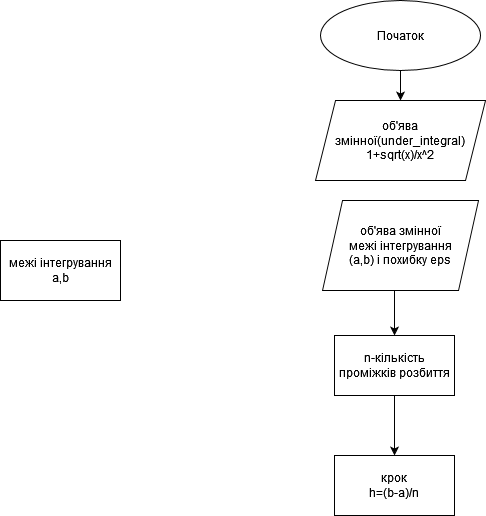
Above: Луцкевич_Володимир_РЕ-12_Схема_.drawio.png in VolodymyrLutskevych-PE-12/Lab_2_Volodymyr-Lutskevych_PE-12_-1- (draw.io), before the change. Source tidied: cells renumbered, new cells last; positions are measured from the earlier drawing's top-left corner, leaving out a move shared by most shapes.
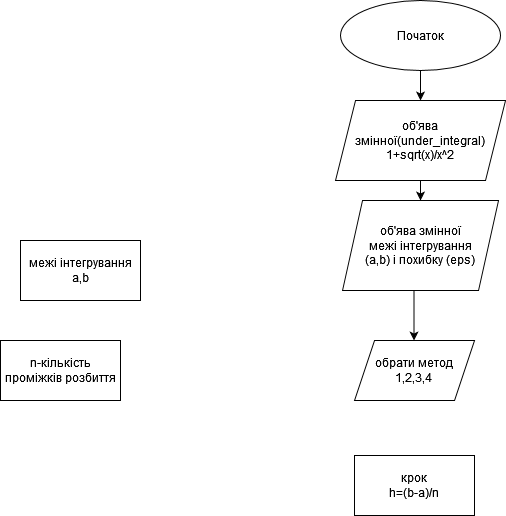
After the commit.

What changed in the source:
```diff
@@ -10,15 +10,12 @@
     </mxCell>
     <mxCell id="4" style="edgeStyle=orthogonalEdgeStyle;rounded=0;orthogonalLoop=1;jettySize=auto;html=1;exitX=0.5;exitY=1;exitDx=0;exitDy=0;" parent="1" edge="1">
       <mxGeometry relative="1" as="geometry">
-        <mxPoint x="394" y="285" as="sourcePoint" />
-        <mxPoint x="394" y="335" as="targetPoint" />
+        <mxPoint x="393.5" y="290" as="sourcePoint" />
+        <mxPoint x="393.5" y="340" as="targetPoint" />
       </mxGeometry>
     </mxCell>
-    <mxCell id="5" style="edgeStyle=orthogonalEdgeStyle;rounded=0;jettySize=auto;html=1;exitX=0.5;exitY=1;exitDx=0;exitDy=0;" parent="1" edge="1" source="6" target="8">
-      <mxGeometry relative="1" as="geometry" />
-    </mxCell>
     <mxCell id="6" value="n-кількість проміжків розбиття" style="rounded=0;whiteSpace=wrap;html=1;" parent="1" vertex="1">
-      <mxGeometry x="334" y="335" width="120" height="60" as="geometry" />
+      <mxGeometry x="-20" y="340" width="120" height="60" as="geometry" />
     </mxCell>
     <mxCell id="7" value="&lt;div&gt;межі інтегрування &lt;/div&gt;a,b" style="rounded=0;whiteSpace=wrap;html=1;" parent="1" vertex="1">
       <mxGeometry y="240" width="120" height="60" as="geometry" />
@@ -26,11 +23,17 @@
     <mxCell id="8" value="&lt;div&gt;крок&lt;/div&gt;&lt;div&gt;h=(b-a)/n&lt;br&gt;&lt;/div&gt;" style="rounded=0;whiteSpace=wrap;html=1;" parent="1" vertex="1">
       <mxGeometry x="334" y="455" width="120" height="60" as="geometry" />
     </mxCell>
+    <mxCell id="11" style="edgeStyle=orthogonalEdgeStyle;rounded=0;jettySize=auto;html=1;exitX=0.5;exitY=1;exitDx=0;exitDy=0;" parent="1" edge="1" source="9" target="10">
+      <mxGeometry relative="1" as="geometry" />
+    </mxCell>
     <mxCell id="9" value="&lt;div&gt;об'ява змінної(under_integral)&lt;/div&gt;&lt;div&gt;1+sqrt(x)/x^2&lt;br&gt;&lt;/div&gt;" style="shape=parallelogram;perimeter=parallelogramPerimeter;whiteSpace=wrap;html=1;fixedSize=1;" parent="1" vertex="1">
       <mxGeometry x="315" y="100" width="170" height="80" as="geometry" />
     </mxCell>
-    <mxCell id="10" value="об'ява змінної &lt;div&gt;межі інтегрування &lt;/div&gt;(a,b) і похибку eps " style="shape=parallelogram;perimeter=parallelogramPerimeter;whiteSpace=wrap;html=1;fixedSize=1;" parent="1" vertex="1">
+    <mxCell id="10" value="об'ява змінної &lt;div&gt;межі інтегрування &lt;/div&gt;(a,b) і похибку (eps) " style="shape=parallelogram;perimeter=parallelogramPerimeter;whiteSpace=wrap;html=1;fixedSize=1;" parent="1" vertex="1">
       <mxGeometry x="322" y="200" width="156" height="90" as="geometry" />
     </mxCell>
+    <mxCell id="12" value="&lt;br&gt;&lt;div&gt;обрати метод&lt;/div&gt;1,2,3,4&lt;br&gt;&lt;br&gt;" style="shape=parallelogram;perimeter=parallelogramPerimeter;whiteSpace=wrap;html=1;fixedSize=1;" parent="1" vertex="1">
+      <mxGeometry x="334" y="340" width="120" height="60" as="geometry" />
+    </mxCell>
   </root>
 </mxGraphModel>
```
